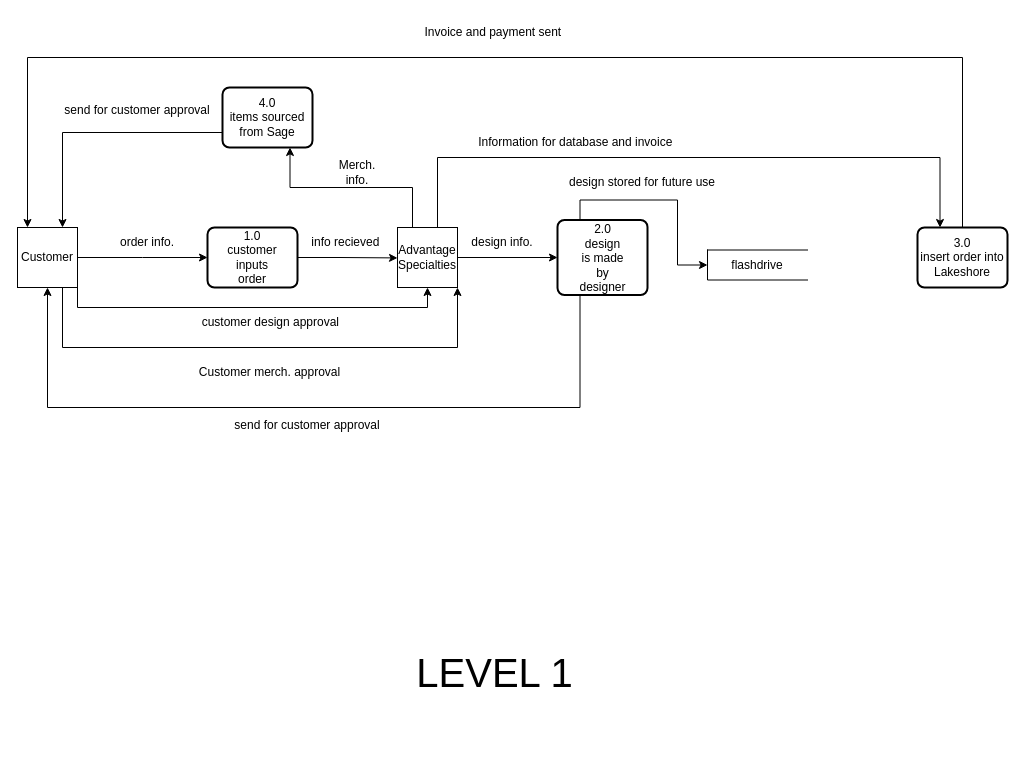
This is page "Page-1" (1 of 2) of files/DFDlevels.drawio from LuisCerdaGomez/LuisCerdaGomez, a draw.io file, before an edit. Source tidied: cells renumbered, new cells numbered last; positions are measured from the earlier drawing's top-left corner, leaving out a move shared by most shapes. Both pictures are drawn from the tidied source at 100%, with x=0, y=0 at pixel (17, 17).
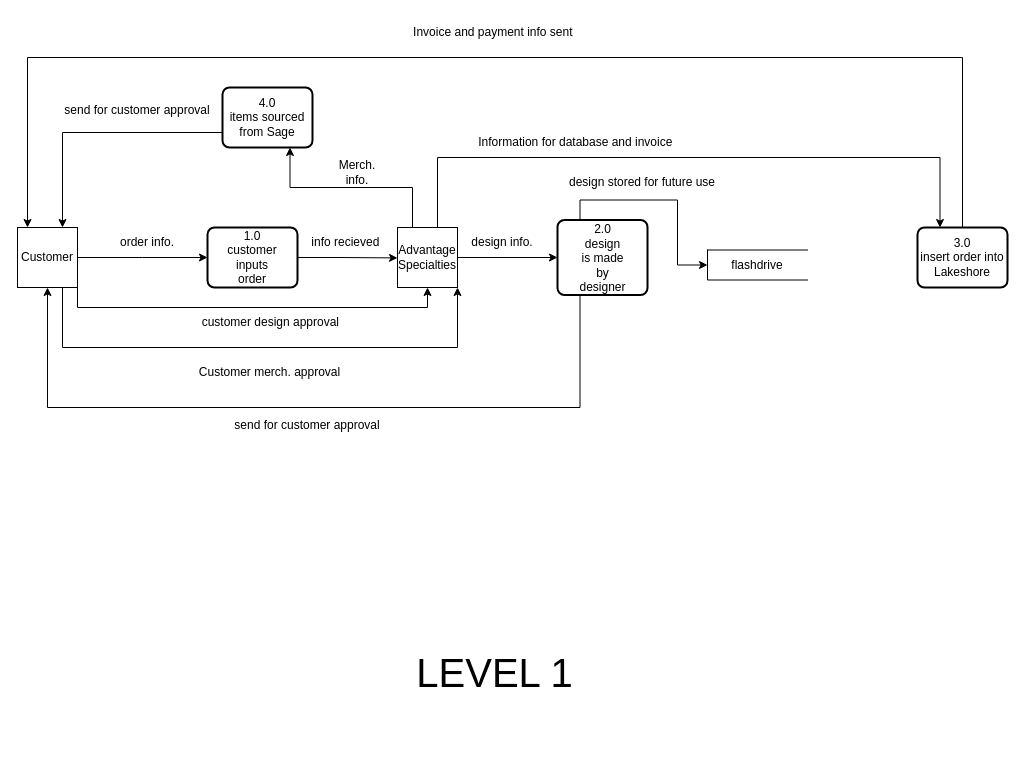
Above is the later version.

What changed in the source:
```diff
@@
-    <mxCell id="28" value="Invoice and payment sent&amp;nbsp;" style="text;html=1;align=center;verticalAlign=middle;whiteSpace=wrap;rounded=0;" parent="1" vertex="1">
+    <mxCell id="28" value="Invoice and payment info sent&amp;nbsp;" style="text;html=1;align=center;verticalAlign=middle;whiteSpace=wrap;rounded=0;" parent="1" vertex="1">
       <mxGeometry x="330" width="295" height="30" as="geometry" />
     </mxCell>
```
